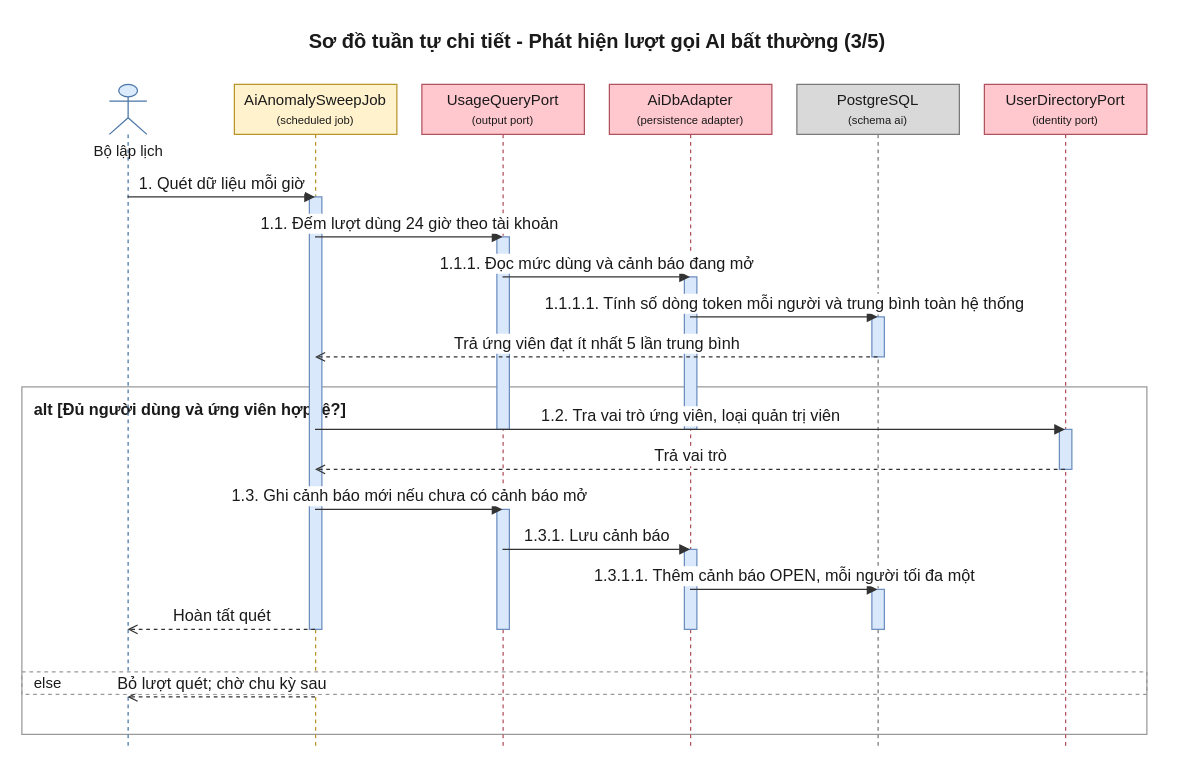
This is 08-diagram/sequence/admin/sequence_admin_dat_ngan_sach_token_p2.drawio from daiphu1801/PRJ_ALGOPREP, a draw.io file, before an edit. Source tidied: cells renumbered, new cells numbered last; positions are measured from the earlier drawing's top-left corner, leaving out a move shared by most shapes. Both pictures are drawn from the tidied source at 125%, with x=0, y=0 at pixel (21, 21).
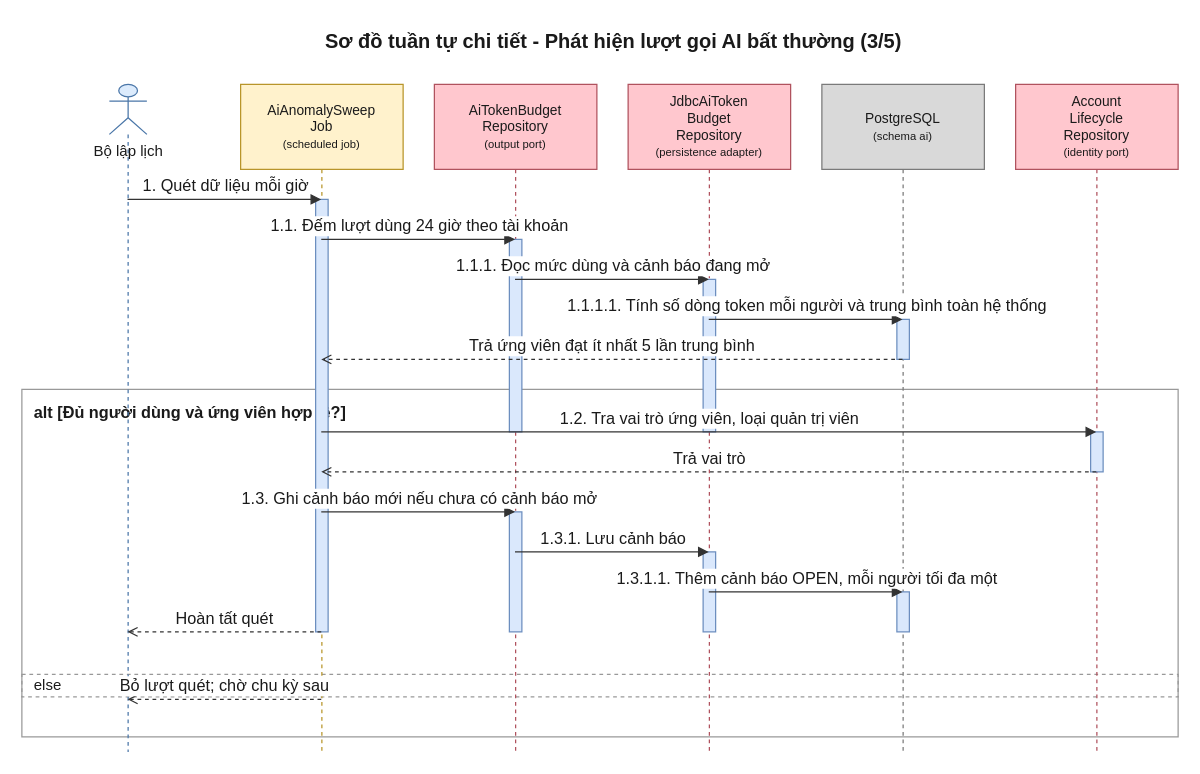
The same diagram, later.

Change to the diagram source:
```diff
@@
     <mxCell id="2" value="Sơ đồ tuần tự chi tiết - Phát hiện lượt gọi AI bất thường (3/5)" style="text;html=1;fontSize=16;fontStyle=1;align=center;verticalAlign=middle;fontColor=#1A1A1A;" parent="1" vertex="1">
-      <mxGeometry x="20" width="880" height="30" as="geometry" />
+      <mxGeometry x="20" width="905" height="30" as="geometry" />
     </mxCell>
     <mxCell id="3" value="alt [Đủ người dùng và ứng viên hợp lệ?]" style="algoprep=alt;rounded=0;whiteSpace=wrap;html=1;fillColor=none;strokeColor=#999999;verticalAlign=top;align=left;spacingLeft=8;spacingTop=4;fontColor=#1A1A1A;fontSize=13;fontStyle=1;dashed=0;" parent="1" vertex="1">
-      <mxGeometry y="292" width="900" height="278" as="geometry" />
+      <mxGeometry y="294" width="925" height="278" as="geometry" />
     </mxCell>
     <mxCell id="4" value="else" style="text;html=1;dashed=1;strokeColor=#999999;fillColor=none;align=left;verticalAlign=middle;spacingLeft=8;fontColor=#1A1A1A;fontSize=12;" parent="1" vertex="1">
-      <mxGeometry y="520" width="900" height="18" as="geometry" />
+      <mxGeometry y="522" width="925" height="18" as="geometry" />
     </mxCell>
     <mxCell id="5" value="Bộ lập lịch" style="shape=umlLifeline;participant=umlActor;perimeter=lifelinePerimeter;html=1;outlineConnect=0;size=40;verticalAlign=top;spacingTop=40;fillColor=#DCEBFC;strokeColor=#4A76A8;fontColor=#1A1A1A;" parent="1" vertex="1">
-      <mxGeometry x="70" y="50" width="30" height="532" as="geometry" />
+      <mxGeometry x="70" y="50" width="30" height="534" as="geometry" />
     </mxCell>
-    <mxCell id="6" value="AiAnomalySweepJob&lt;br&gt;&lt;font style=&quot;font-size:9px&quot;&gt;(scheduled job)&lt;/font&gt;" style="shape=umlLifeline;perimeter=lifelinePerimeter;whiteSpace=wrap;html=1;outlineConnect=0;size=40;fillColor=#FFF2CC;strokeColor=#B8952A;fontColor=#1A1A1A;" parent="1" vertex="1">
-      <mxGeometry x="170" y="50" width="130" height="532" as="geometry" />
+    <mxCell id="6" value="AiAnomalySweep&lt;br&gt;Job&lt;br&gt;&lt;font style=&quot;font-size:9px&quot;&gt;(scheduled job)&lt;/font&gt;" style="shape=umlLifeline;perimeter=lifelinePerimeter;whiteSpace=wrap;html=1;outlineConnect=0;size=68;fontSize=11;fillColor=#FFF2CC;strokeColor=#B8952A;fontColor=#1A1A1A;" parent="1" vertex="1">
+      <mxGeometry x="175" y="50" width="130" height="534" as="geometry" />
     </mxCell>
-    <mxCell id="7" value="UsageQueryPort&lt;br&gt;&lt;font style=&quot;font-size:9px&quot;&gt;(output port)&lt;/font&gt;" style="shape=umlLifeline;perimeter=lifelinePerimeter;whiteSpace=wrap;html=1;outlineConnect=0;size=40;fillColor=#FFC7CE;strokeColor=#B0525E;fontColor=#1A1A1A;" parent="1" vertex="1">
-      <mxGeometry x="320" y="50" width="130" height="532" as="geometry" />
+    <mxCell id="7" value="AiTokenBudget&lt;br&gt;Repository&lt;br&gt;&lt;font style=&quot;font-size:9px&quot;&gt;(output port)&lt;/font&gt;" style="shape=umlLifeline;perimeter=lifelinePerimeter;whiteSpace=wrap;html=1;outlineConnect=0;size=68;fontSize=11;fillColor=#FFC7CE;strokeColor=#B0525E;fontColor=#1A1A1A;" parent="1" vertex="1">
+      <mxGeometry x="330" y="50" width="130" height="534" as="geometry" />
     </mxCell>
-    <mxCell id="8" value="AiDbAdapter&lt;br&gt;&lt;font style=&quot;font-size:9px&quot;&gt;(persistence adapter)&lt;/font&gt;" style="shape=umlLifeline;perimeter=lifelinePerimeter;whiteSpace=wrap;html=1;outlineConnect=0;size=40;fillColor=#FFC7CE;strokeColor=#B0525E;fontColor=#1A1A1A;" parent="1" vertex="1">
-      <mxGeometry x="470" y="50" width="130" height="532" as="geometry" />
+    <mxCell id="8" value="JdbcAiToken&lt;br&gt;Budget&lt;br&gt;Repository&lt;br&gt;&lt;font style=&quot;font-size:9px&quot;&gt;(persistence adapter)&lt;/font&gt;" style="shape=umlLifeline;perimeter=lifelinePerimeter;whiteSpace=wrap;html=1;outlineConnect=0;size=68;fontSize=11;fillColor=#FFC7CE;strokeColor=#B0525E;fontColor=#1A1A1A;" parent="1" vertex="1">
+      <mxGeometry x="485" y="50" width="130" height="534" as="geometry" />
     </mxCell>
-    <mxCell id="9" value="PostgreSQL&lt;br&gt;&lt;font style=&quot;font-size:9px&quot;&gt;(schema ai)&lt;/font&gt;" style="shape=umlLifeline;perimeter=lifelinePerimeter;whiteSpace=wrap;html=1;outlineConnect=0;size=40;fillColor=#D9D9D9;strokeColor=#7A7A7A;fontColor=#1A1A1A;" parent="1" vertex="1">
-      <mxGeometry x="620" y="50" width="130" height="532" as="geometry" />
+    <mxCell id="9" value="PostgreSQL&lt;br&gt;&lt;font style=&quot;font-size:9px&quot;&gt;(schema ai)&lt;/font&gt;" style="shape=umlLifeline;perimeter=lifelinePerimeter;whiteSpace=wrap;html=1;outlineConnect=0;size=68;fontSize=11;fillColor=#D9D9D9;strokeColor=#7A7A7A;fontColor=#1A1A1A;" parent="1" vertex="1">
+      <mxGeometry x="640" y="50" width="130" height="534" as="geometry" />
     </mxCell>
-    <mxCell id="10" value="UserDirectoryPort&lt;br&gt;&lt;font style=&quot;font-size:9px&quot;&gt;(identity port)&lt;/font&gt;" style="shape=umlLifeline;perimeter=lifelinePerimeter;whiteSpace=wrap;html=1;outlineConnect=0;size=40;fillColor=#FFC7CE;strokeColor=#B0525E;fontColor=#1A1A1A;" parent="1" vertex="1">
-      <mxGeometry x="770" y="50" width="130" height="532" as="geometry" />
+    <mxCell id="10" value="Account&lt;br&gt;Lifecycle&lt;br&gt;Repository&lt;br&gt;&lt;font style=&quot;font-size:9px&quot;&gt;(identity port)&lt;/font&gt;" style="shape=umlLifeline;perimeter=lifelinePerimeter;whiteSpace=wrap;html=1;outlineConnect=0;size=68;fontSize=11;fillColor=#FFC7CE;strokeColor=#B0525E;fontColor=#1A1A1A;" parent="1" vertex="1">
+      <mxGeometry x="795" y="50" width="130" height="534" as="geometry" />
     </mxCell>
     <mxCell id="11" style="html=1;perimeter=orthogonalPerimeter;targetShapes=umlLifeline;fillColor=#DAE8FC;strokeColor=#6C8EBF;" parent="9" vertex="1">
-      <mxGeometry x="60" y="186" width="10" height="32" as="geometry" />
+      <mxGeometry x="60" y="188" width="10" height="32" as="geometry" />
     </mxCell>
     <mxCell id="12" style="html=1;perimeter=orthogonalPerimeter;targetShapes=umlLifeline;fillColor=#DAE8FC;strokeColor=#6C8EBF;" parent="8" vertex="1">
-      <mxGeometry x="60" y="154" width="10" height="122" as="geometry" />
+      <mxGeometry x="60" y="156" width="10" height="122" as="geometry" />
     </mxCell>
     <mxCell id="13" style="html=1;perimeter=orthogonalPerimeter;targetShapes=umlLifeline;fillColor=#DAE8FC;strokeColor=#6C8EBF;" parent="7" vertex="1">
-      <mxGeometry x="60" y="122" width="10" height="154" as="geometry" />
+      <mxGeometry x="60" y="124" width="10" height="154" as="geometry" />
     </mxCell>
     <mxCell id="14" style="html=1;perimeter=orthogonalPerimeter;targetShapes=umlLifeline;fillColor=#DAE8FC;strokeColor=#6C8EBF;" parent="10" vertex="1">
-      <mxGeometry x="60" y="276" width="10" height="32" as="geometry" />
+      <mxGeometry x="60" y="278" width="10" height="32" as="geometry" />
     </mxCell>
     <mxCell id="15" style="html=1;perimeter=orthogonalPerimeter;targetShapes=umlLifeline;fillColor=#DAE8FC;strokeColor=#6C8EBF;" parent="9" vertex="1">
-      <mxGeometry x="60" y="404" width="10" height="32" as="geometry" />
+      <mxGeometry x="60" y="406" width="10" height="32" as="geometry" />
     </mxCell>
     <mxCell id="16" style="html=1;perimeter=orthogonalPerimeter;targetShapes=umlLifeline;fillColor=#DAE8FC;strokeColor=#6C8EBF;" parent="8" vertex="1">
-      <mxGeometry x="60" y="372" width="10" height="64" as="geometry" />
+      <mxGeometry x="60" y="374" width="10" height="64" as="geometry" />
     </mxCell>
     <mxCell id="17" style="html=1;perimeter=orthogonalPerimeter;targetShapes=umlLifeline;fillColor=#DAE8FC;strokeColor=#6C8EBF;" parent="7" vertex="1">
-      <mxGeometry x="60" y="340" width="10" height="96" as="geometry" />
+      <mxGeometry x="60" y="342" width="10" height="96" as="geometry" />
     </mxCell>
     <mxCell id="18" style="html=1;perimeter=orthogonalPerimeter;targetShapes=umlLifeline;fillColor=#DAE8FC;strokeColor=#6C8EBF;" parent="6" vertex="1">
-      <mxGeometry x="60" y="90" width="10" height="346" as="geometry" />
+      <mxGeometry x="60" y="92" width="10" height="346" as="geometry" />
     </mxCell>
-    <mxCell id="19" value="1. Quét dữ liệu mỗi giờ" style="edgeStyle=none;html=1;endArrow=block;endFill=1;strokeColor=#333333;fontColor=#1A1A1A;fontSize=13;verticalAlign=bottom;exitX=0.5;exitY=0.1692;exitDx=0;exitDy=0;entryX=0.5;entryY=0.1692;entryDx=0;entryDy=0;" parent="1" edge="1" source="5" target="6">
+    <mxCell id="19" value="1. Quét dữ liệu mỗi giờ" style="edgeStyle=none;html=1;endArrow=block;endFill=1;strokeColor=#333333;fontColor=#1A1A1A;fontSize=13;verticalAlign=bottom;exitX=0.5;exitY=0.1723;exitDx=0;exitDy=0;entryX=0.5;entryY=0.1723;entryDx=0;entryDy=0;" parent="1" edge="1" source="5" target="6">
       <mxGeometry relative="1" as="geometry" />
     </mxCell>
-    <mxCell id="20" value="1.1. Đếm lượt dùng 24 giờ theo tài khoản" style="edgeStyle=none;html=1;endArrow=block;endFill=1;strokeColor=#333333;fontColor=#1A1A1A;fontSize=13;verticalAlign=bottom;exitX=0.5;exitY=0.2293;exitDx=0;exitDy=0;entryX=0.5;entryY=0.2293;entryDx=0;entryDy=0;" parent="1" edge="1" source="6" target="7">
+    <mxCell id="20" value="1.1. Đếm lượt dùng 24 giờ theo tài khoản" style="edgeStyle=none;html=1;endArrow=block;endFill=1;strokeColor=#333333;fontColor=#1A1A1A;fontSize=13;verticalAlign=bottom;exitX=0.5;exitY=0.2322;exitDx=0;exitDy=0;entryX=0.5;entryY=0.2322;entryDx=0;entryDy=0;" parent="1" edge="1" source="6" target="7">
       <mxGeometry relative="1" as="geometry" />
     </mxCell>
-    <mxCell id="21" value="1.1.1. Đọc mức dùng và cảnh báo đang mở" style="edgeStyle=none;html=1;endArrow=block;endFill=1;strokeColor=#333333;fontColor=#1A1A1A;fontSize=13;verticalAlign=bottom;exitX=0.5;exitY=0.2895;exitDx=0;exitDy=0;entryX=0.5;entryY=0.2895;entryDx=0;entryDy=0;" parent="1" edge="1" source="7" target="8">
+    <mxCell id="21" value="1.1.1. Đọc mức dùng và cảnh báo đang mở" style="edgeStyle=none;html=1;endArrow=block;endFill=1;strokeColor=#333333;fontColor=#1A1A1A;fontSize=13;verticalAlign=bottom;exitX=0.5;exitY=0.2921;exitDx=0;exitDy=0;entryX=0.5;entryY=0.2921;entryDx=0;entryDy=0;" parent="1" edge="1" source="7" target="8">
       <mxGeometry relative="1" as="geometry" />
     </mxCell>
-    <mxCell id="22" value="1.1.1.1. Tính số dòng token mỗi người và trung bình toàn hệ thống" style="edgeStyle=none;html=1;endArrow=block;endFill=1;strokeColor=#333333;fontColor=#1A1A1A;fontSize=13;verticalAlign=bottom;exitX=0.5;exitY=0.3496;exitDx=0;exitDy=0;entryX=0.5;entryY=0.3496;entryDx=0;entryDy=0;" parent="1" edge="1" source="8" target="9">
+    <mxCell id="22" value="1.1.1.1. Tính số dòng token mỗi người và trung bình toàn hệ thống" style="edgeStyle=none;html=1;endArrow=block;endFill=1;strokeColor=#333333;fontColor=#1A1A1A;fontSize=13;verticalAlign=bottom;exitX=0.5;exitY=0.3521;exitDx=0;exitDy=0;entryX=0.5;entryY=0.3521;entryDx=0;entryDy=0;" parent="1" edge="1" source="8" target="9">
       <mxGeometry relative="1" as="geometry" />
     </mxCell>
-    <mxCell id="23" value="Trả ứng viên đạt ít nhất 5 lần trung bình" style="edgeStyle=none;html=1;endArrow=open;endFill=0;dashed=1;strokeColor=#333333;fontColor=#1A1A1A;fontSize=13;verticalAlign=bottom;exitX=0.5;exitY=0.4098;exitDx=0;exitDy=0;entryX=0.5;entryY=0.4098;entryDx=0;entryDy=0;" parent="1" edge="1" source="9" target="6">
+    <mxCell id="23" value="Trả ứng viên đạt ít nhất 5 lần trung bình" style="edgeStyle=none;html=1;endArrow=open;endFill=0;dashed=1;strokeColor=#333333;fontColor=#1A1A1A;fontSize=13;verticalAlign=bottom;exitX=0.5;exitY=0.4120;exitDx=0;exitDy=0;entryX=0.5;entryY=0.4120;entryDx=0;entryDy=0;" parent="1" edge="1" source="9" target="6">
       <mxGeometry relative="1" as="geometry" />
     </mxCell>
-    <mxCell id="24" value="1.2. Tra vai trò ứng viên, loại quản trị viên" style="edgeStyle=none;html=1;endArrow=block;endFill=1;strokeColor=#333333;fontColor=#1A1A1A;fontSize=13;verticalAlign=bottom;exitX=0.5;exitY=0.5188;exitDx=0;exitDy=0;entryX=0.5;entryY=0.5188;entryDx=0;entryDy=0;" parent="1" edge="1" source="6" target="10">
+    <mxCell id="24" value="1.2. Tra vai trò ứng viên, loại quản trị viên" style="edgeStyle=none;html=1;endArrow=block;endFill=1;strokeColor=#333333;fontColor=#1A1A1A;fontSize=13;verticalAlign=bottom;exitX=0.5;exitY=0.5206;exitDx=0;exitDy=0;entryX=0.5;entryY=0.5206;entryDx=0;entryDy=0;" parent="1" edge="1" source="6" target="10">
       <mxGeometry relative="1" as="geometry" />
     </mxCell>
-    <mxCell id="25" value="Trả vai trò" style="edgeStyle=none;html=1;endArrow=open;endFill=0;dashed=1;strokeColor=#333333;fontColor=#1A1A1A;fontSize=13;verticalAlign=bottom;exitX=0.5;exitY=0.5789;exitDx=0;exitDy=0;entryX=0.5;entryY=0.5789;entryDx=0;entryDy=0;" parent="1" edge="1" source="10" target="6">
+    <mxCell id="25" value="Trả vai trò" style="edgeStyle=none;html=1;endArrow=open;endFill=0;dashed=1;strokeColor=#333333;fontColor=#1A1A1A;fontSize=13;verticalAlign=bottom;exitX=0.5;exitY=0.5805;exitDx=0;exitDy=0;entryX=0.5;entryY=0.5805;entryDx=0;entryDy=0;" parent="1" edge="1" source="10" target="6">
       <mxGeometry relative="1" as="geometry" />
     </mxCell>
-    <mxCell id="26" value="1.3. Ghi cảnh báo mới nếu chưa có cảnh báo mở" style="edgeStyle=none;html=1;endArrow=block;endFill=1;strokeColor=#333333;fontColor=#1A1A1A;fontSize=13;verticalAlign=bottom;exitX=0.5;exitY=0.6391;exitDx=0;exitDy=0;entryX=0.5;entryY=0.6391;entryDx=0;entryDy=0;" parent="1" edge="1" source="6" target="7">
+    <mxCell id="26" value="1.3. Ghi cảnh báo mới nếu chưa có cảnh báo mở" style="edgeStyle=none;html=1;endArrow=block;endFill=1;strokeColor=#333333;fontColor=#1A1A1A;fontSize=13;verticalAlign=bottom;exitX=0.5;exitY=0.6404;exitDx=0;exitDy=0;entryX=0.5;entryY=0.6404;entryDx=0;entryDy=0;" parent="1" edge="1" source="6" target="7">
       <mxGeometry relative="1" as="geometry" />
     </mxCell>
-    <mxCell id="27" value="1.3.1. Lưu cảnh báo" style="edgeStyle=none;html=1;endArrow=block;endFill=1;strokeColor=#333333;fontColor=#1A1A1A;fontSize=13;verticalAlign=bottom;exitX=0.5;exitY=0.6992;exitDx=0;exitDy=0;entryX=0.5;entryY=0.6992;entryDx=0;entryDy=0;" parent="1" edge="1" source="7" target="8">
+    <mxCell id="27" value="1.3.1. Lưu cảnh báo" style="edgeStyle=none;html=1;endArrow=block;endFill=1;strokeColor=#333333;fontColor=#1A1A1A;fontSize=13;verticalAlign=bottom;exitX=0.5;exitY=0.7004;exitDx=0;exitDy=0;entryX=0.5;entryY=0.7004;entryDx=0;entryDy=0;" parent="1" edge="1" source="7" target="8">
       <mxGeometry relative="1" as="geometry" />
     </mxCell>
-    <mxCell id="28" value="1.3.1.1. Thêm cảnh báo OPEN, mỗi người tối đa một" style="edgeStyle=none;html=1;endArrow=block;endFill=1;strokeColor=#333333;fontColor=#1A1A1A;fontSize=13;verticalAlign=bottom;exitX=0.5;exitY=0.7594;exitDx=0;exitDy=0;entryX=0.5;entryY=0.7594;entryDx=0;entryDy=0;" parent="1" edge="1" source="8" target="9">
+    <mxCell id="28" value="1.3.1.1. Thêm cảnh báo OPEN, mỗi người tối đa một" style="edgeStyle=none;html=1;endArrow=block;endFill=1;strokeColor=#333333;fontColor=#1A1A1A;fontSize=13;verticalAlign=bottom;exitX=0.5;exitY=0.7603;exitDx=0;exitDy=0;entryX=0.5;entryY=0.7603;entryDx=0;entryDy=0;" parent="1" edge="1" source="8" target="9">
       <mxGeometry relative="1" as="geometry" />
     </mxCell>
-    <mxCell id="29" value="Hoàn tất quét" style="edgeStyle=none;html=1;endArrow=open;endFill=0;dashed=1;strokeColor=#333333;fontColor=#1A1A1A;fontSize=13;verticalAlign=bottom;exitX=0.5;exitY=0.8195;exitDx=0;exitDy=0;entryX=0.5;entryY=0.8195;entryDx=0;entryDy=0;" parent="1" edge="1" source="6" target="5">
+    <mxCell id="29" value="Hoàn tất quét" style="edgeStyle=none;html=1;endArrow=open;endFill=0;dashed=1;strokeColor=#333333;fontColor=#1A1A1A;fontSize=13;verticalAlign=bottom;exitX=0.5;exitY=0.8202;exitDx=0;exitDy=0;entryX=0.5;entryY=0.8202;entryDx=0;entryDy=0;" parent="1" edge="1" source="6" target="5">
       <mxGeometry relative="1" as="geometry" />
     </mxCell>
-    <mxCell id="30" value="Bỏ lượt quét; chờ chu kỳ sau" style="edgeStyle=none;html=1;endArrow=open;endFill=0;dashed=1;strokeColor=#333333;fontColor=#1A1A1A;fontSize=13;verticalAlign=bottom;exitX=0.5;exitY=0.9211;exitDx=0;exitDy=0;entryX=0.5;entryY=0.9211;entryDx=0;entryDy=0;" parent="1" edge="1" source="6" target="5">
+    <mxCell id="30" value="Bỏ lượt quét; chờ chu kỳ sau" style="edgeStyle=none;html=1;endArrow=open;endFill=0;dashed=1;strokeColor=#333333;fontColor=#1A1A1A;fontSize=13;verticalAlign=bottom;exitX=0.5;exitY=0.9213;exitDx=0;exitDy=0;entryX=0.5;entryY=0.9213;entryDx=0;entryDy=0;" parent="1" edge="1" source="6" target="5">
       <mxGeometry relative="1" as="geometry" />
     </mxCell>
```
